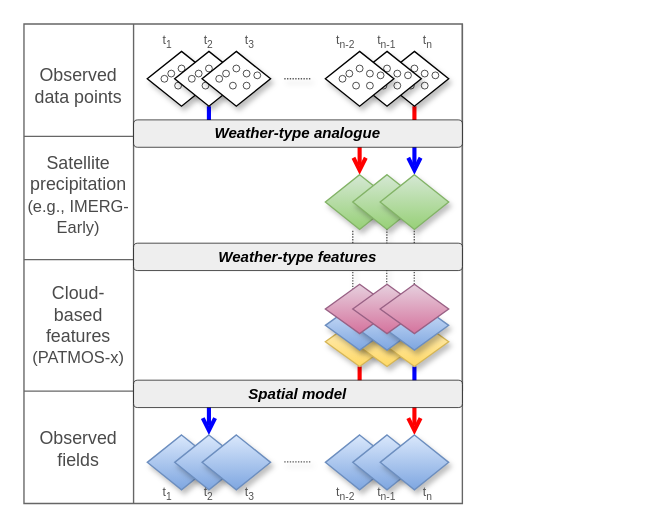
Before: grid-workflow.drawio in adrHuerta/diagrams, a draw.io diagram. Source tidied: cells renumbered, new cells numbered last; positions are measured from the earlier drawing's top-left corner, leaving out a move shared by most shapes. Both pictures are drawn from the tidied source at 137%, with x=0, y=0 at pixel (23, 23).
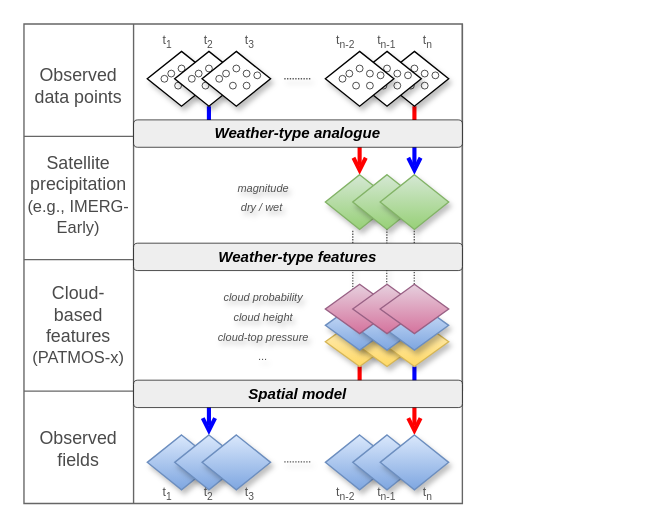
After the change.

What changed in the source:
```diff
@@
+    <mxCell id="116" value="&lt;div style=&quot;&quot;&gt;&lt;span style=&quot;&quot;&gt;&lt;font style=&quot;font-size: 8px;&quot;&gt;&lt;i style=&quot;&quot;&gt;cloud probability&lt;/i&gt;&lt;/font&gt;&lt;/span&gt;&lt;/div&gt;&lt;div style=&quot;&quot;&gt;&lt;font&gt;&lt;span style=&quot;font-size: 8px;&quot;&gt;&lt;i&gt;cloud height&lt;/i&gt;&lt;/span&gt;&lt;/font&gt;&lt;/div&gt;&lt;div style=&quot;&quot;&gt;&lt;font&gt;&lt;span style=&quot;font-size: 8px;&quot;&gt;&lt;i&gt;cloud-top pressure&lt;/i&gt;&lt;/span&gt;&lt;/font&gt;&lt;/div&gt;&lt;div style=&quot;&quot;&gt;&lt;font&gt;&lt;span style=&quot;font-size: 8px;&quot;&gt;&lt;i&gt;...&lt;br&gt;&lt;/i&gt;&lt;/span&gt;&lt;/font&gt;&lt;/div&gt;&lt;div style=&quot;&quot;&gt;&lt;span style=&quot;&quot;&gt;&lt;font style=&quot;font-size: 8px;&quot;&gt;&lt;i style=&quot;&quot;&gt;&lt;br&gt;&lt;/i&gt;&lt;/font&gt;&lt;/span&gt;&lt;/div&gt;" style="text;whiteSpace=wrap;html=1;align=center;shadow=0;labelBorderColor=none;textShadow=1;labelBackgroundColor=none;fontColor=#505050;" parent="1" vertex="1">
+      <mxGeometry x="140" y="185" width="70" height="70" as="geometry" />
+    </mxCell>
+    <mxCell id="117" value="&lt;div style=&quot;&quot;&gt;&lt;span style=&quot;font-size: 8px;&quot;&gt;&lt;i&gt;magnitude&lt;/i&gt;&lt;/span&gt;&lt;/div&gt;&lt;div style=&quot;&quot;&gt;&lt;span style=&quot;font-size: 8px;&quot;&gt;&lt;i&gt;dry / wet&amp;nbsp;&lt;/i&gt;&lt;/span&gt;&lt;/div&gt;" style="text;whiteSpace=wrap;html=1;align=center;shadow=0;labelBorderColor=none;textShadow=1;labelBackgroundColor=none;fontColor=#505050;" parent="1" vertex="1">
+      <mxGeometry x="140" y="105" width="70" height="50" as="geometry" />
+    </mxCell>
```
